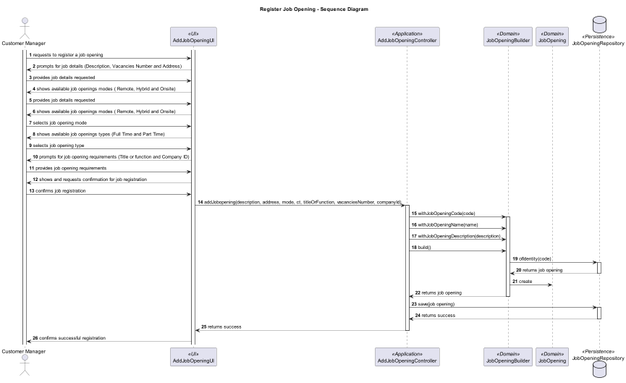
marcoferreira37/Lapr4 keeps this PlantUML diagram as docs/sprintB/1002/svg/1002-sequence-diagram-Register_Job_Opening___Sequence_Diagram.png. Above is the earlier version. Source of this version:
```plantuml
@startuml

title Register Job Opening - Sequence Diagram

autonumber
actor "Customer Manager" as M
participant AddJobOpeningUI  as UI <<UI>>
participant AddJobOpeningController as Controller <<Application>>
participant JobOpeningBuilder as JB <<Domain>>
participant JobOpening as JO <<Domain>>
database JobOpeningRepository as JRepo <<Persistence>>

activate M
activate UI

M -> UI : requests to register a job opening

UI --> M : prompts for job details (Description, Vacancies Number and Address)

M -> UI : provides job details requested

UI --> M :  shows available job openings modes ( Remote, Hybrid and Onsite)

M -> UI : provides job details requested

UI --> M : shows available job openings modes ( Remote, Hybrid and Onsite)

M -> UI : selects job opening mode

UI --> M : shows available job openings types (Full Time and Part Time)

M -> UI : selects job opening type

UI --> M :  prompts for job opening requirements (Title or function and Company ID)

M -> UI : provides job opening requirements

UI --> M : shows and requests confirmation for job registration

M -> UI : confirms job registration

UI -> Controller: addJobopening(description, address, mode, ct, titleOrFunction, vacanciesNumber, companyId)

activate Controller

Controller -> JB: withJobOpeningCode(code)
activate JB
Controller -> JB: withJobOpeningName(name)
Controller -> JB: withJobOpeningDescription(description)
Controller -> JB: build()

JB -> JRepo: ofIdentity(code)
activate JRepo

JRepo --> JB: returns job opening
deactivate JRepo
JB -> JO: create
JB --> Controller: returns job opening
deactivate JB



Controller -> JRepo: save(job opening)
activate JRepo

JRepo --> Controller: returns success
deactivate JRepo
Controller --> UI: returns success
deactivate Controller

UI --> M: confirms successful registration

@enduml
```
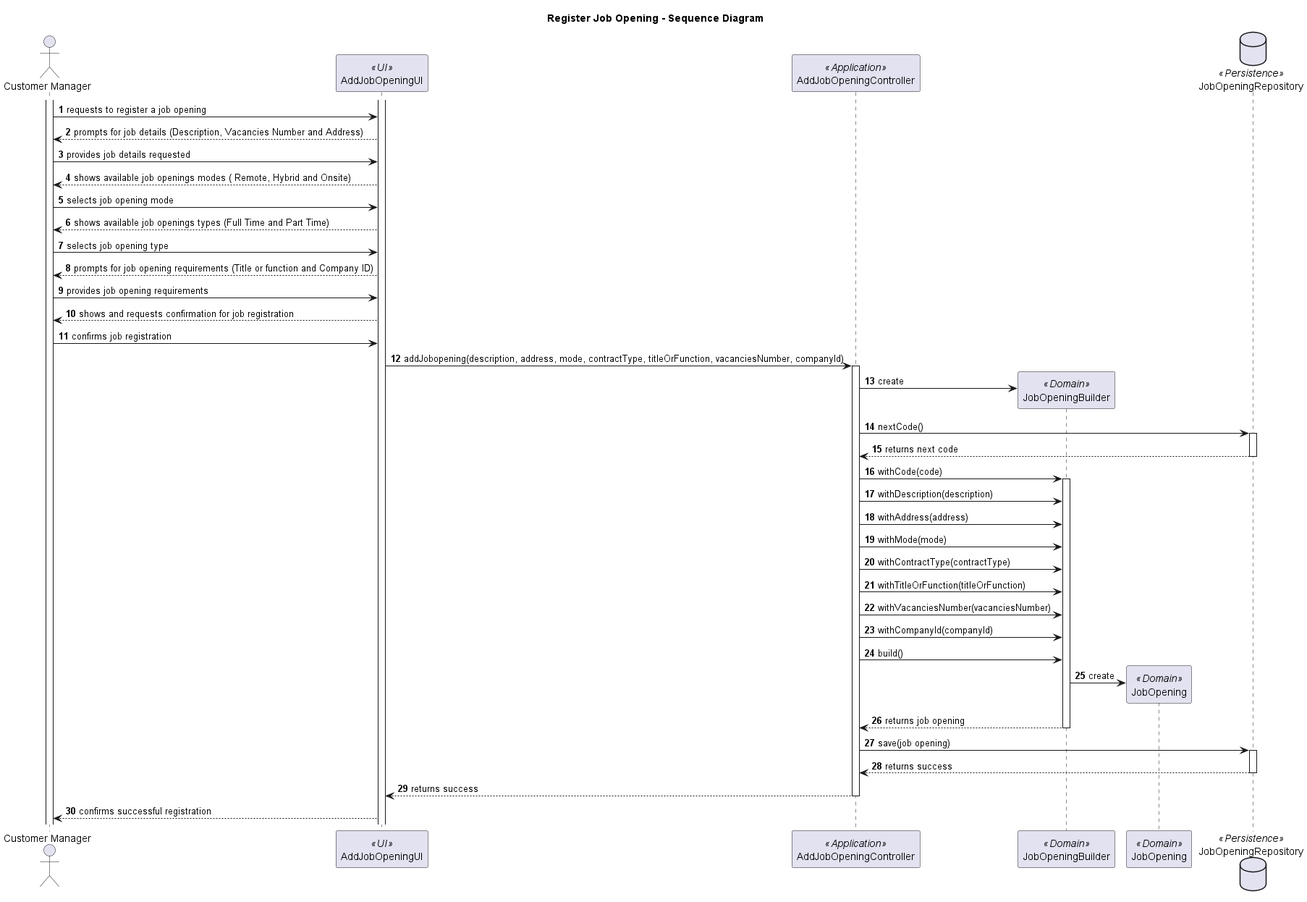
After the commit.

The edit, as a diff of the source:
```diff
@@ -19,10 +19,6 @@
 
 M -> UI : provides job details requested
 
-UI --> M :  shows available job openings modes ( Remote, Hybrid and Onsite)
-
-M -> UI : provides job details requested
-
 UI --> M : shows available job openings modes ( Remote, Hybrid and Onsite)
 
 M -> UI : selects job opening mode
@@ -39,22 +35,33 @@
 
 M -> UI : confirms job registration
 
-UI -> Controller: addJobopening(description, address, mode, ct, titleOrFunction, vacanciesNumber, companyId)
+UI -> Controller: addJobopening(description, address, mode, contractType, titleOrFunction, vacanciesNumber, companyId)
 
 activate Controller
 
-Controller -> JB: withJobOpeningCode(code)
+Controller -> JB**: create
+
+Controller -> JRepo : nextCode()
+activate JRepo
+
+JRepo --> Controller: returns next code
+deactivate JRepo
+
+Controller -> JB: withCode(code)
 activate JB
-Controller -> JB: withJobOpeningName(name)
-Controller -> JB: withJobOpeningDescription(description)
+
+Controller -> JB: withDescription(description)
+Controller -> JB: withAddress(address)
+Controller -> JB: withMode(mode)
+Controller -> JB: withContractType(contractType)
+Controller -> JB: withTitleOrFunction(titleOrFunction)
+Controller -> JB: withVacanciesNumber(vacanciesNumber)
+Controller -> JB: withCompanyId(companyId)
+
 Controller -> JB: build()
 
-JB -> JRepo: ofIdentity(code)
-activate JRepo
-
-JRepo --> JB: returns job opening
 deactivate JRepo
-JB -> JO: create
+JB -> JO**: create
 JB --> Controller: returns job opening
 deactivate JB
 
```
